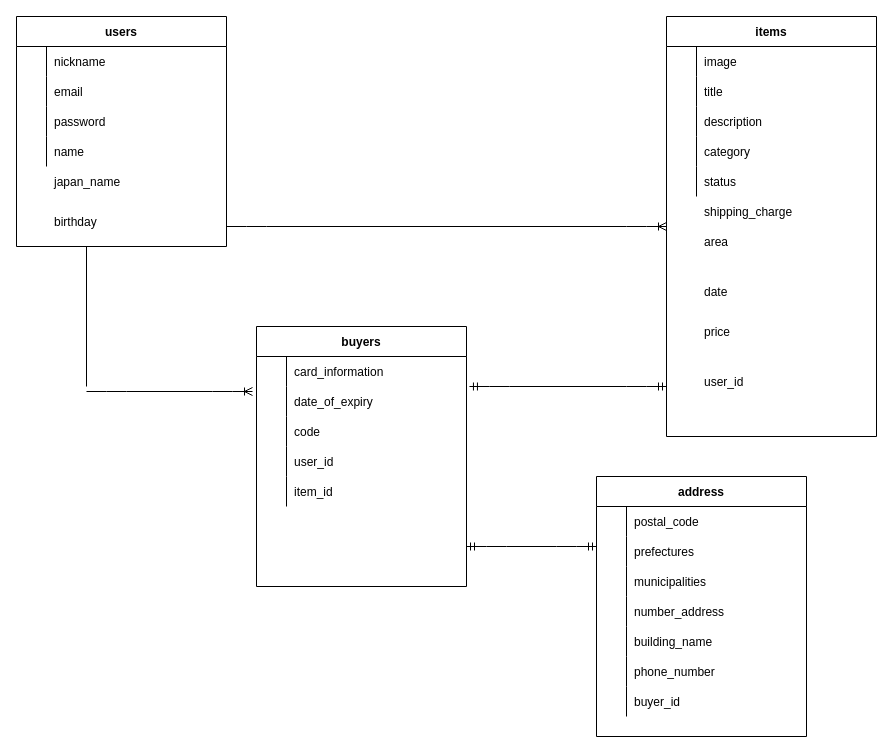
Before: ER図.dio in yoppi19850616/furima-36200, a draw.io diagram. Source tidied: cells renumbered, new cells numbered last; positions are measured from the earlier drawing's top-left corner, leaving out a move shared by most shapes. Both pictures are drawn from the tidied source at 100%, with x=0, y=0 at pixel (16, 16).
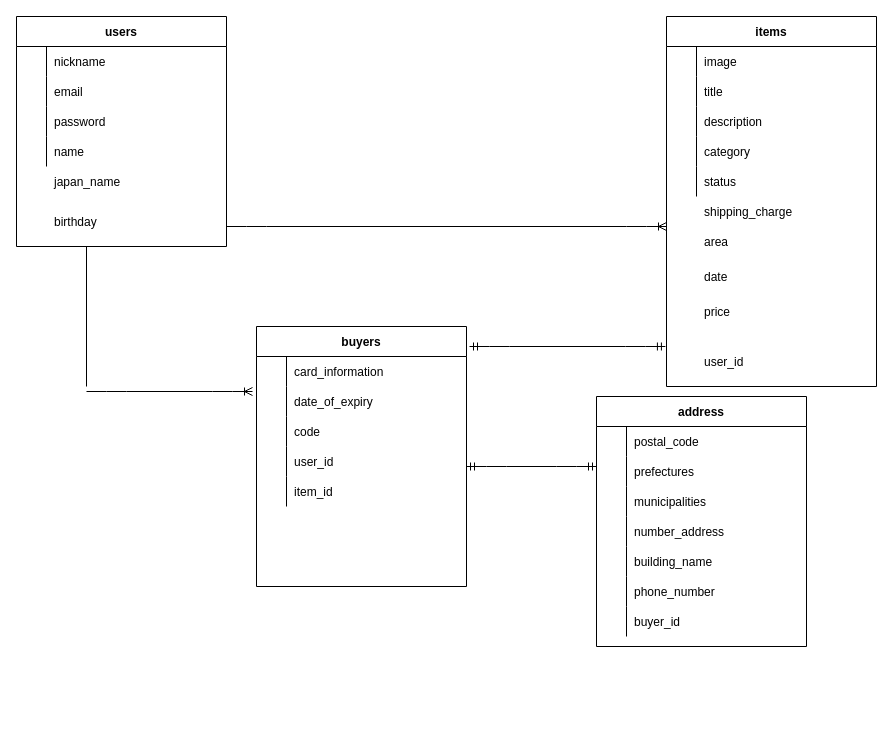
The same page after the edit.

Commit message (it also covers changes not shown here):
指摘箇所修正

The change refers to these unchanged cells:
```xml
<mxCell id="56" style="shape=partialRectangle;fillColor=none;top=0;left=0;bottom=0;right=0;points=[[0,0.5],[1,0.5]];portConstraint=eastwest;" parent="55" vertex="1">
  <mxGeometry width="180" height="30" as="geometry" />
</mxCell>
<mxCell id="63" style="shape=partialRectangle;fillColor=none;top=0;left=0;bottom=0;right=0;points=[[0,0.5],[1,0.5]];portConstraint=eastwest;" parent="59" vertex="1">
  <mxGeometry y="60" width="210" height="30" as="geometry" />
</mxCell>
```

Change to the diagram source:
```diff
@@
     <mxCell id="23" value="items" style="shape=table;startSize=30;childLayout=tableLayout;rowLines=0;fontStyle=1;align=center;" parent="1" vertex="1">
-      <mxGeometry x="650" width="210" height="420" as="geometry" />
+      <mxGeometry x="650" width="210" height="370" as="geometry" />
     </mxCell>
@@
     <mxCell id="47" style="shape=table;startSize=0;childLayout=tableLayout;rowLines=0;fontStyle=0;align=center;strokeColor=none;fillColor=none;" parent="1" vertex="1">
-      <mxGeometry x="650" y="260" width="180" height="30" as="geometry" />
+      <mxGeometry x="650" y="245" width="180" height="30" as="geometry" />
     </mxCell>
@@
     <mxCell id="51" style="shape=table;startSize=0;childLayout=tableLayout;rowLines=0;fontStyle=0;align=center;strokeColor=none;fillColor=none;" parent="1" vertex="1">
-      <mxGeometry x="650" y="300" width="180" height="30" as="geometry" />
+      <mxGeometry x="650" y="280" width="180" height="30" as="geometry" />
     </mxCell>
@@
     <mxCell id="55" style="shape=table;startSize=0;childLayout=tableLayout;rowLines=0;fontStyle=0;align=center;strokeColor=none;fillColor=none;" parent="1" vertex="1">
-      <mxGeometry x="650" y="350" width="180" height="30" as="geometry" />
+      <mxGeometry x="650" y="330" width="180" height="30" as="geometry" />
     </mxCell>
@@
-    <mxCell id="77" style="edgeStyle=entityRelationEdgeStyle;fontSize=12;html=1;endArrow=ERmandOne;startArrow=ERmandOne;exitX=1.014;exitY=0;exitDx=0;exitDy=0;exitPerimeter=0;" parent="1" edge="1" source="63">
+    <mxCell id="77" style="edgeStyle=entityRelationEdgeStyle;fontSize=12;html=1;endArrow=ERmandOne;startArrow=ERmandOne;entryX=-0.006;entryY=0;entryDx=0;entryDy=0;entryPerimeter=0;" parent="1" edge="1" target="56">
       <mxGeometry relative="1" as="geometry">
-        <mxPoint x="650" y="370" as="targetPoint" />
+        <mxPoint x="453" y="330" as="sourcePoint" />
       </mxGeometry>
     </mxCell>
@@
     <mxCell id="79" value="address" style="shape=table;startSize=30;childLayout=tableLayout;rowLines=0;fontStyle=1;align=center;" parent="1" vertex="1">
-      <mxGeometry x="580" y="460" width="210" height="260" as="geometry" />
+      <mxGeometry x="580" y="380" width="210" height="250" as="geometry" />
     </mxCell>
@@
     <mxCell id="101" style="edgeStyle=entityRelationEdgeStyle;fontSize=12;html=1;endArrow=ERmandOne;startArrow=ERmandOne;" parent="1" edge="1">
       <mxGeometry relative="1" as="geometry">
-        <mxPoint x="450" y="530" as="sourcePoint" />
-        <mxPoint x="580" y="530" as="targetPoint" />
+        <mxPoint x="450" y="450" as="sourcePoint" />
+        <mxPoint x="580" y="450" as="targetPoint" />
       </mxGeometry>
     </mxCell>
```
